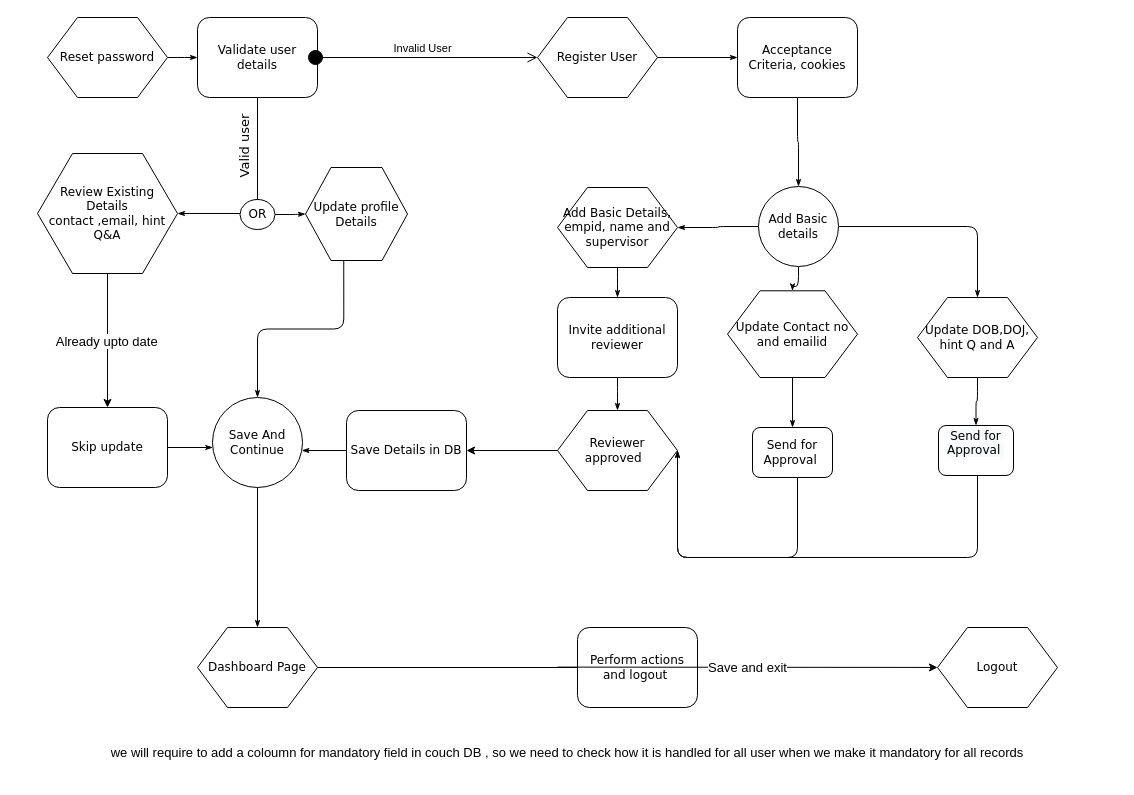
Above: Untitled Diagram.drawio in piyushsingh82/ReactNativeExamples (draw.io), before the change. Source tidied: cells renumbered, new cells numbered last; positions are measured from the earlier drawing's top-left corner, leaving out a move shared by most shapes. Both pictures are drawn from the tidied source at 100%, with x=0, y=0 at pixel (17, 17).
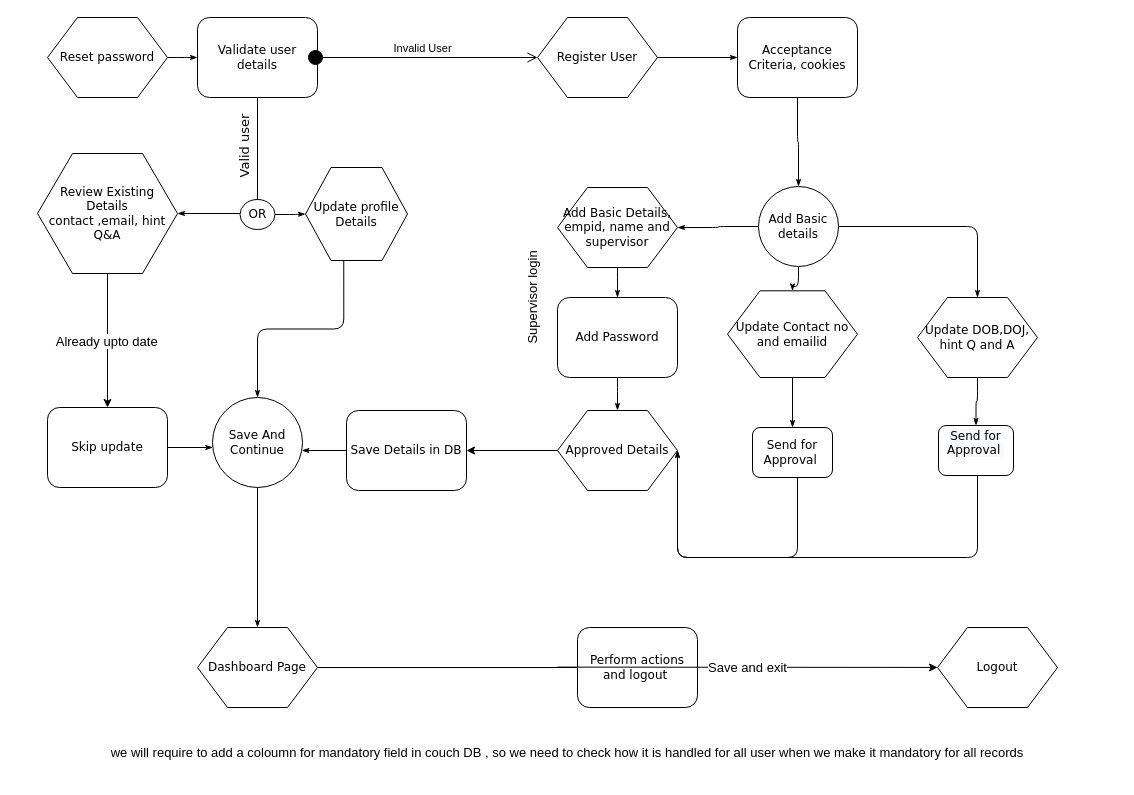
After the change.

Change to the diagram source:
```diff
@@
-    <mxCell id="29" value="Invite additional reviewer" style="rounded=1;whiteSpace=wrap;html=1;shadow=0;labelBackgroundColor=none;strokeWidth=1;fontFamily=Verdana;fontSize=12;align=center;" parent="1" vertex="1">
+    <mxCell id="29" value="Add Password" style="rounded=1;whiteSpace=wrap;html=1;shadow=0;labelBackgroundColor=none;strokeWidth=1;fontFamily=Verdana;fontSize=12;align=center;" parent="1" vertex="1">
       <mxGeometry x="540" y="280" width="120" height="80" as="geometry" />
     </mxCell>
@@
-    <mxCell id="38" value="Reviewer approved&amp;nbsp;&amp;nbsp;" style="shape=hexagon;perimeter=hexagonPerimeter;whiteSpace=wrap;html=1;rounded=0;shadow=0;labelBackgroundColor=none;strokeWidth=1;fontFamily=Verdana;fontSize=12;align=center;" parent="1" vertex="1">
+    <mxCell id="38" value="Approved Details" style="shape=hexagon;perimeter=hexagonPerimeter;whiteSpace=wrap;html=1;rounded=0;shadow=0;labelBackgroundColor=none;strokeWidth=1;fontFamily=Verdana;fontSize=12;align=center;" parent="1" vertex="1">
       <mxGeometry x="540" y="393" width="120" height="80" as="geometry" />
     </mxCell>
@@
+    <mxCell id="49" value="Supervisor login" style="text;html=1;strokeColor=none;fillColor=none;align=center;verticalAlign=middle;whiteSpace=wrap;overflow=hidden;fontSize=13;horizontal=1;labelPosition=center;verticalLabelPosition=middle;rotation=-90;" parent="1" vertex="1">
+      <mxGeometry x="440" y="270" width="150" height="20" as="geometry" />
+    </mxCell>
```
